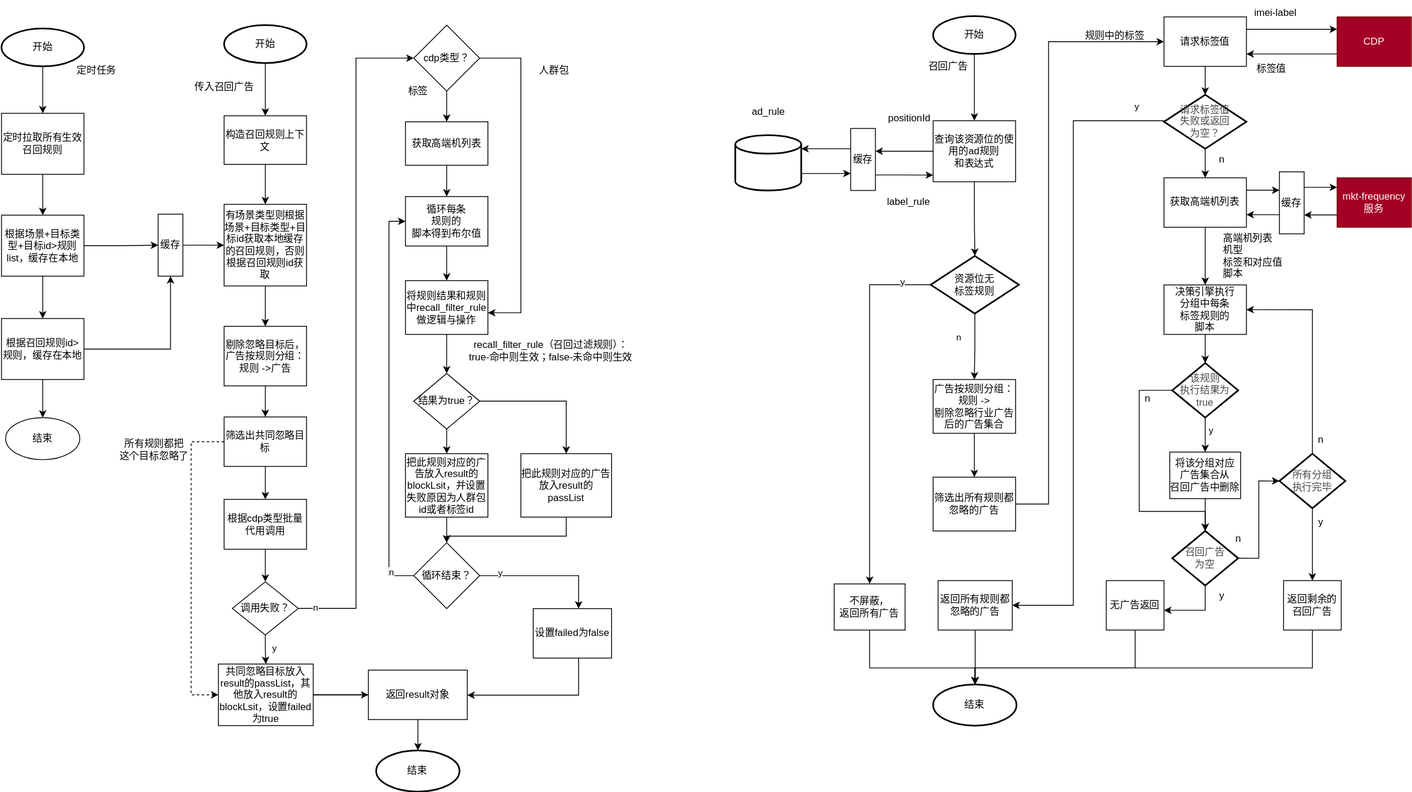
WorryFreeCafe/diagram keeps this draw.io diagram as 标签频控.svg. Above is the earlier version. Source tidied: cells renumbered, new cells last; positions are measured from the earlier drawing's top-left corner, leaving out a move shared by most shapes.
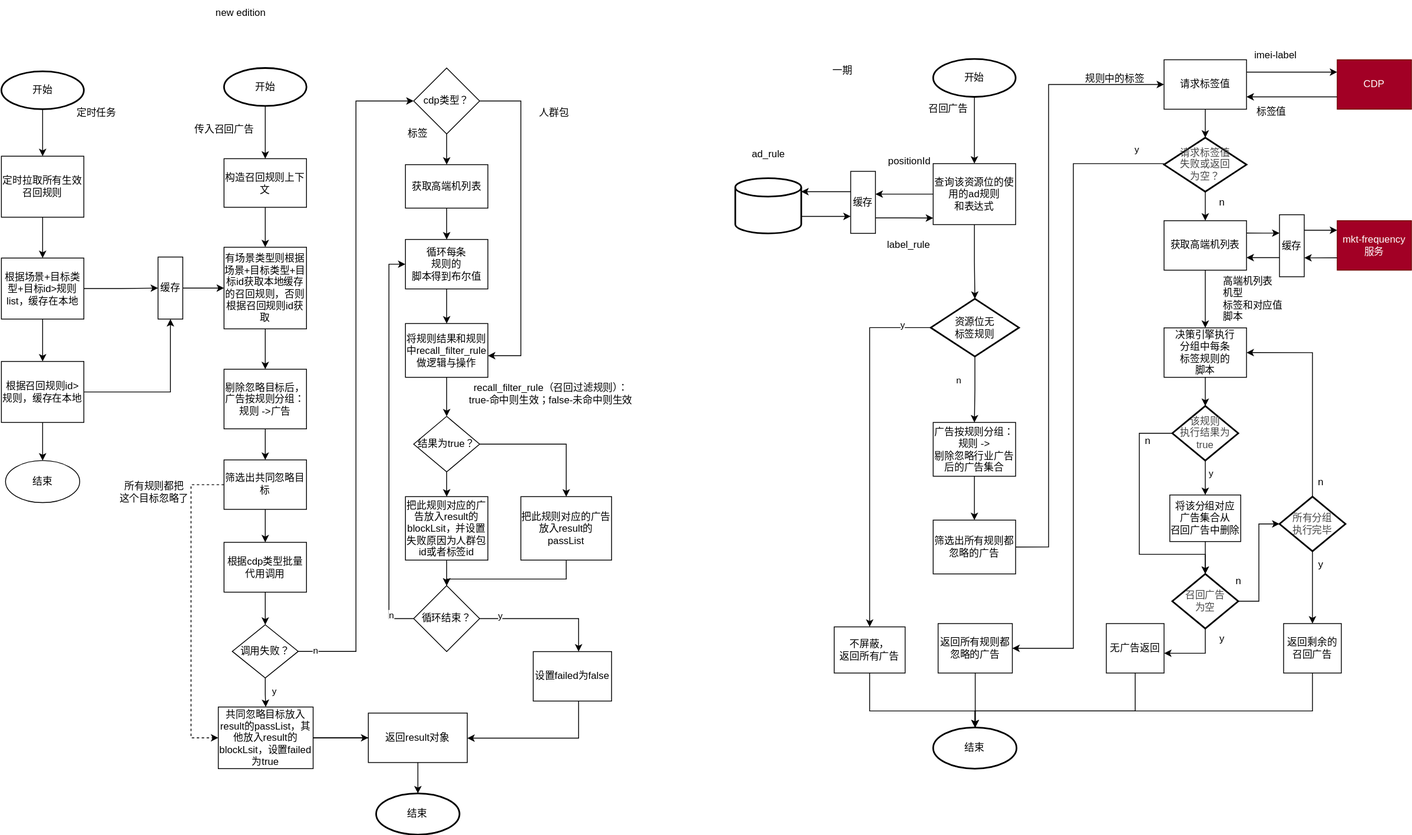
After the commit.

Commit message:
更新标签频控.svg

Diff of the diagram source:
```diff
@@ -520,5 +520,11 @@
     <mxCell id="139" value="所有规则都把&lt;br&gt;这个目标忽略了" style="text;html=1;align=center;verticalAlign=middle;strokeColor=none;fillColor=none;" parent="1" vertex="1">
       <mxGeometry x="130" y="525.5" width="110" height="40" as="geometry" />
     </mxCell>
+    <mxCell id="140" value="new edition" style="text;html=1;align=center;verticalAlign=middle;strokeColor=none;fillColor=none;" parent="1" vertex="1">
+      <mxGeometry x="250" y="-52" width="80" height="30" as="geometry" />
+    </mxCell>
+    <mxCell id="141" value="一期" style="text;html=1;align=center;verticalAlign=middle;strokeColor=none;fillColor=none;" parent="1" vertex="1">
+      <mxGeometry x="995" y="18" width="50" height="30" as="geometry" />
+    </mxCell>
   </root>
 </mxGraphModel>
```
